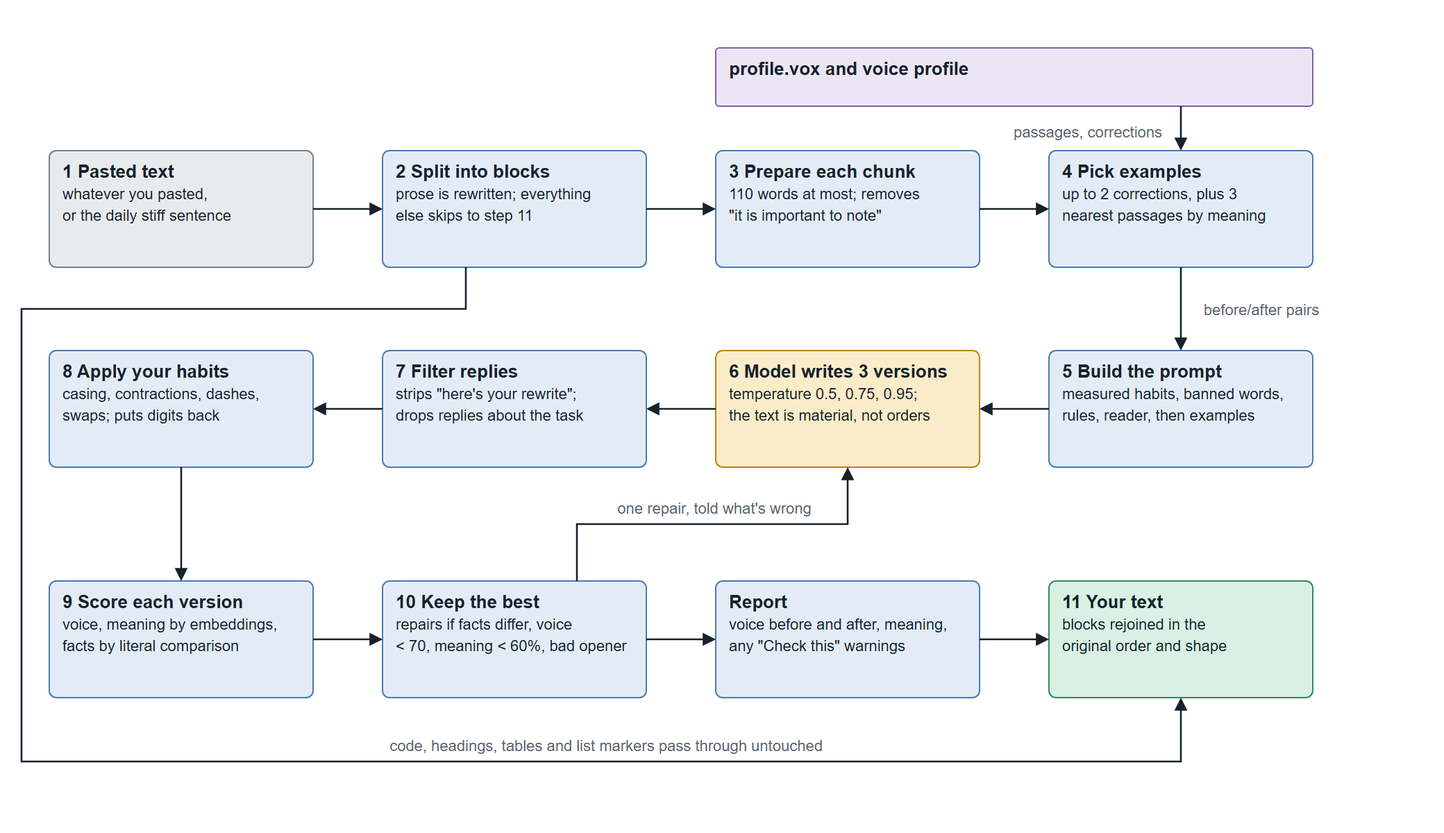
The draw.io diagram architecture/png/3-rewriting.png in iam-saiteja/VoxMimic, before a commit. Source tidied: cells renumbered, new cells last; positions are measured from the earlier drawing's top-left corner, leaving out a move shared by most shapes.
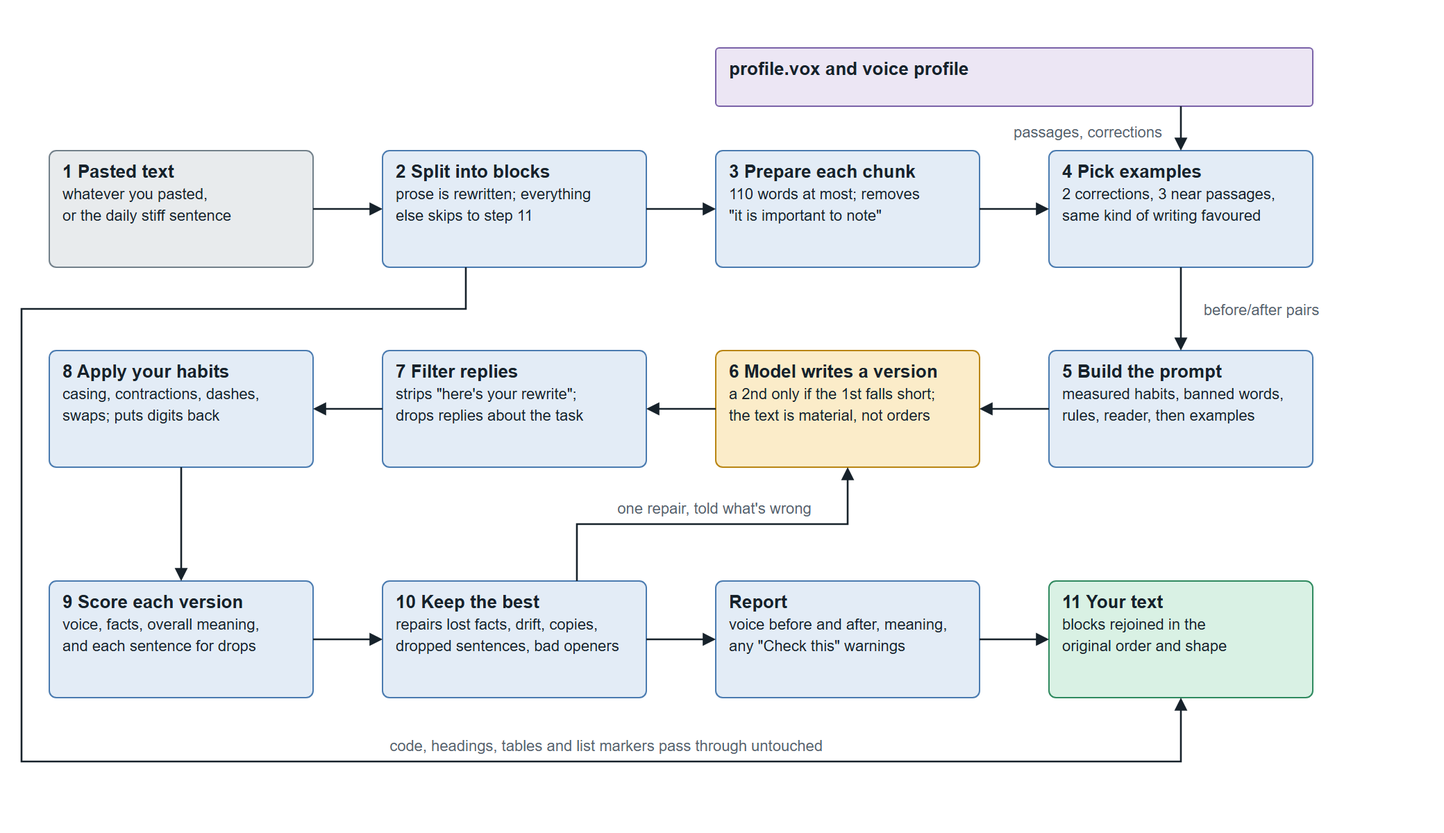
Above is the later version.

Diff of the diagram source:
```diff
@@ -14,13 +14,13 @@
     <mxCell id="5" value="&lt;b&gt;3  Prepare each chunk&lt;/b&gt;&lt;br&gt;&lt;font style=&quot;font-size:11px&quot;&gt;110 words at most; removes&lt;br&gt;&amp;quot;it is important to note&amp;quot;&lt;/font&gt;" style="rounded=1;arcSize=6;whiteSpace=wrap;html=1;fillColor=#e3ecf6;strokeColor=#4a7bb0;fontColor=#17222b;align=left;verticalAlign=top;spacingLeft=8;spacingTop=1;fontSize=13;" parent="1" vertex="1">
       <mxGeometry x="500" y="74" width="190" height="84" as="geometry" />
     </mxCell>
-    <mxCell id="6" value="&lt;b&gt;4  Pick examples&lt;/b&gt;&lt;br&gt;&lt;font style=&quot;font-size:11px&quot;&gt;up to 2 corrections, plus 3&lt;br&gt;nearest passages by meaning&lt;/font&gt;" style="rounded=1;arcSize=6;whiteSpace=wrap;html=1;fillColor=#e3ecf6;strokeColor=#4a7bb0;fontColor=#17222b;align=left;verticalAlign=top;spacingLeft=8;spacingTop=1;fontSize=13;" parent="1" vertex="1">
+    <mxCell id="6" value="&lt;b&gt;4  Pick examples&lt;/b&gt;&lt;br&gt;&lt;font style=&quot;font-size:11px&quot;&gt;2 corrections, 3 near passages,&lt;br&gt;same kind of writing favoured&lt;/font&gt;" style="rounded=1;arcSize=6;whiteSpace=wrap;html=1;fillColor=#e3ecf6;strokeColor=#4a7bb0;fontColor=#17222b;align=left;verticalAlign=top;spacingLeft=8;spacingTop=1;fontSize=13;" parent="1" vertex="1">
       <mxGeometry x="740" y="74" width="190" height="84" as="geometry" />
     </mxCell>
     <mxCell id="7" value="&lt;b&gt;5  Build the prompt&lt;/b&gt;&lt;br&gt;&lt;font style=&quot;font-size:11px&quot;&gt;measured habits, banned words,&lt;br&gt;rules, reader, then examples&lt;/font&gt;" style="rounded=1;arcSize=6;whiteSpace=wrap;html=1;fillColor=#e3ecf6;strokeColor=#4a7bb0;fontColor=#17222b;align=left;verticalAlign=top;spacingLeft=8;spacingTop=1;fontSize=13;" parent="1" vertex="1">
       <mxGeometry x="740" y="218" width="190" height="84" as="geometry" />
     </mxCell>
-    <mxCell id="8" value="&lt;b&gt;6  Model writes 3 versions&lt;/b&gt;&lt;br&gt;&lt;font style=&quot;font-size:11px&quot;&gt;temperature 0.5, 0.75, 0.95;&lt;br&gt;the text is material, not orders&lt;/font&gt;" style="rounded=1;arcSize=6;whiteSpace=wrap;html=1;fillColor=#fbecc9;strokeColor=#b98512;fontColor=#17222b;align=left;verticalAlign=top;spacingLeft=8;spacingTop=1;fontSize=13;" parent="1" vertex="1">
+    <mxCell id="8" value="&lt;b&gt;6  Model writes a version&lt;/b&gt;&lt;br&gt;&lt;font style=&quot;font-size:11px&quot;&gt;a 2nd only if the 1st falls short;&lt;br&gt;the text is material, not orders&lt;/font&gt;" style="rounded=1;arcSize=6;whiteSpace=wrap;html=1;fillColor=#fbecc9;strokeColor=#b98512;fontColor=#17222b;align=left;verticalAlign=top;spacingLeft=8;spacingTop=1;fontSize=13;" parent="1" vertex="1">
       <mxGeometry x="500" y="218" width="190" height="84" as="geometry" />
     </mxCell>
     <mxCell id="9" value="&lt;b&gt;7  Filter replies&lt;/b&gt;&lt;br&gt;&lt;font style=&quot;font-size:11px&quot;&gt;strips &amp;quot;here&amp;#x27;s your rewrite&amp;quot;;&lt;br&gt;drops replies about the task&lt;/font&gt;" style="rounded=1;arcSize=6;whiteSpace=wrap;html=1;fillColor=#e3ecf6;strokeColor=#4a7bb0;fontColor=#17222b;align=left;verticalAlign=top;spacingLeft=8;spacingTop=1;fontSize=13;" parent="1" vertex="1">
@@ -29,10 +29,10 @@
     <mxCell id="10" value="&lt;b&gt;8  Apply your habits&lt;/b&gt;&lt;br&gt;&lt;font style=&quot;font-size:11px&quot;&gt;casing, contractions, dashes,&lt;br&gt;swaps; puts digits back&lt;/font&gt;" style="rounded=1;arcSize=6;whiteSpace=wrap;html=1;fillColor=#e3ecf6;strokeColor=#4a7bb0;fontColor=#17222b;align=left;verticalAlign=top;spacingLeft=8;spacingTop=1;fontSize=13;" parent="1" vertex="1">
       <mxGeometry x="20" y="218" width="190" height="84" as="geometry" />
     </mxCell>
-    <mxCell id="11" value="&lt;b&gt;9  Score each version&lt;/b&gt;&lt;br&gt;&lt;font style=&quot;font-size:11px&quot;&gt;voice, meaning by embeddings,&lt;br&gt;facts by literal comparison&lt;/font&gt;" style="rounded=1;arcSize=6;whiteSpace=wrap;html=1;fillColor=#e3ecf6;strokeColor=#4a7bb0;fontColor=#17222b;align=left;verticalAlign=top;spacingLeft=8;spacingTop=1;fontSize=13;" parent="1" vertex="1">
+    <mxCell id="11" value="&lt;b&gt;9  Score each version&lt;/b&gt;&lt;br&gt;&lt;font style=&quot;font-size:11px&quot;&gt;voice, facts, overall meaning,&lt;br&gt;and each sentence for drops&lt;/font&gt;" style="rounded=1;arcSize=6;whiteSpace=wrap;html=1;fillColor=#e3ecf6;strokeColor=#4a7bb0;fontColor=#17222b;align=left;verticalAlign=top;spacingLeft=8;spacingTop=1;fontSize=13;" parent="1" vertex="1">
       <mxGeometry x="20" y="384" width="190" height="84" as="geometry" />
     </mxCell>
-    <mxCell id="12" value="&lt;b&gt;10  Keep the best&lt;/b&gt;&lt;br&gt;&lt;font style=&quot;font-size:11px&quot;&gt;repairs if facts differ, voice&lt;br&gt;&amp;lt; 70, meaning &amp;lt; 60%, bad opener&lt;/font&gt;" style="rounded=1;arcSize=6;whiteSpace=wrap;html=1;fillColor=#e3ecf6;strokeColor=#4a7bb0;fontColor=#17222b;align=left;verticalAlign=top;spacingLeft=8;spacingTop=1;fontSize=13;" parent="1" vertex="1">
+    <mxCell id="12" value="&lt;b&gt;10  Keep the best&lt;/b&gt;&lt;br&gt;&lt;font style=&quot;font-size:11px&quot;&gt;repairs lost facts, drift, copies,&lt;br&gt;dropped sentences, bad openers&lt;/font&gt;" style="rounded=1;arcSize=6;whiteSpace=wrap;html=1;fillColor=#e3ecf6;strokeColor=#4a7bb0;fontColor=#17222b;align=left;verticalAlign=top;spacingLeft=8;spacingTop=1;fontSize=13;" parent="1" vertex="1">
       <mxGeometry x="260" y="384" width="190" height="84" as="geometry" />
     </mxCell>
     <mxCell id="13" value="&lt;b&gt;Report&lt;/b&gt;&lt;br&gt;&lt;font style=&quot;font-size:11px&quot;&gt;voice before and after, meaning,&lt;br&gt;any &amp;quot;Check this&amp;quot; warnings&lt;/font&gt;" style="rounded=1;arcSize=6;whiteSpace=wrap;html=1;fillColor=#e3ecf6;strokeColor=#4a7bb0;fontColor=#17222b;align=left;verticalAlign=top;spacingLeft=8;spacingTop=1;fontSize=13;" parent="1" vertex="1">
```
